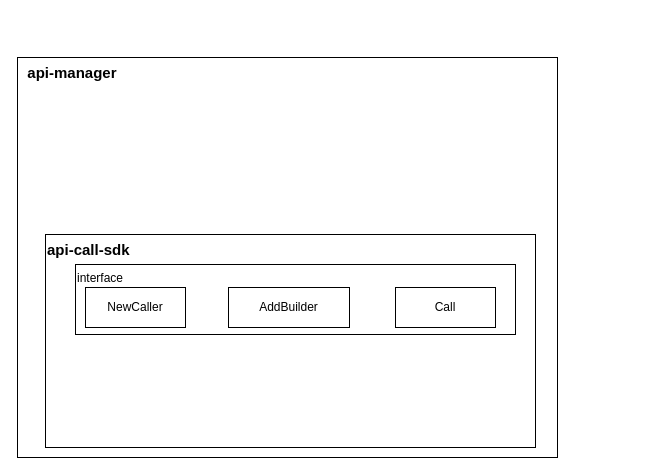
Before: page "api manager" (3 of 3) of api design.drawio in rogers-li/MyDoc, a draw.io diagram. Source tidied: cells renumbered, new cells numbered last; positions are measured from the earlier drawing's top-left corner, leaving out a move shared by most shapes. Both pictures are drawn from the tidied source at 100%, with x=0, y=0 at pixel (17, 57).
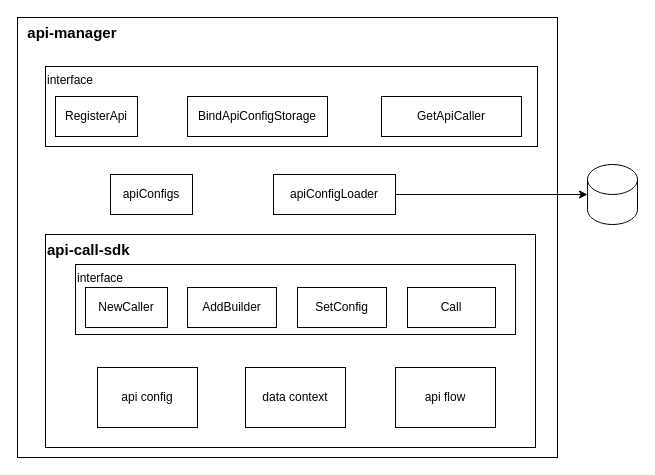
Above is the later version.

Diff of the diagram source:
```diff
@@
 <mxGraphModel>
   <root>
     <mxCell id="0" />
     <mxCell id="1" parent="0" />
     <mxCell id="2" value="&lt;b&gt;&lt;font style=&quot;font-size: 15px;&quot;&gt;&amp;nbsp; api-manager&lt;/font&gt;&lt;/b&gt;" style="rounded=0;whiteSpace=wrap;html=1;align=left;verticalAlign=top;" parent="1" vertex="1">
-      <mxGeometry width="540" height="400" as="geometry" />
+      <mxGeometry y="-40" width="540" height="440" as="geometry" />
     </mxCell>
     <mxCell id="3" value="api-call-sdk" style="rounded=0;whiteSpace=wrap;html=1;fontStyle=1;verticalAlign=top;align=left;fontSize=15;" parent="1" vertex="1">
       <mxGeometry x="28" y="177" width="490" height="213" as="geometry" />
     </mxCell>
     <mxCell id="4" value="interface" style="rounded=0;whiteSpace=wrap;html=1;verticalAlign=top;align=left;" parent="1" vertex="1">
       <mxGeometry x="58" y="207" width="440" height="70" as="geometry" />
     </mxCell>
     <mxCell id="5" value="AddBuilder" style="rounded=0;whiteSpace=wrap;html=1;" parent="1" vertex="1">
-      <mxGeometry x="211" y="230" width="121" height="40" as="geometry" />
+      <mxGeometry x="170" y="230" width="89" height="40" as="geometry" />
     </mxCell>
     <mxCell id="6" value="Call" style="rounded=0;whiteSpace=wrap;html=1;" parent="1" vertex="1">
-      <mxGeometry x="378" y="230" width="100" height="40" as="geometry" />
+      <mxGeometry x="390" y="230" width="88" height="40" as="geometry" />
     </mxCell>
     <mxCell id="7" value="NewCaller" style="rounded=0;whiteSpace=wrap;html=1;" parent="1" vertex="1">
-      <mxGeometry x="68" y="230" width="100" height="40" as="geometry" />
+      <mxGeometry x="68" y="230" width="82" height="40" as="geometry" />
     </mxCell>
+    <mxCell id="8" value="SetConfig" style="rounded=0;whiteSpace=wrap;html=1;" parent="1" vertex="1">
+      <mxGeometry x="280" y="230" width="89" height="40" as="geometry" />
+    </mxCell>
+    <mxCell id="9" value="api config" style="rounded=0;whiteSpace=wrap;html=1;" parent="1" vertex="1">
+      <mxGeometry x="80" y="310" width="100" height="60" as="geometry" />
+    </mxCell>
+    <mxCell id="10" value="data context" style="rounded=0;whiteSpace=wrap;html=1;" parent="1" vertex="1">
+      <mxGeometry x="228" y="310" width="100" height="60" as="geometry" />
+    </mxCell>
+    <mxCell id="11" value="api flow" style="rounded=0;whiteSpace=wrap;html=1;" parent="1" vertex="1">
+      <mxGeometry x="378" y="310" width="100" height="60" as="geometry" />
+    </mxCell>
+    <mxCell id="12" value="interface" style="rounded=0;whiteSpace=wrap;html=1;verticalAlign=top;align=left;" parent="1" vertex="1">
+      <mxGeometry x="28" y="9" width="492" height="80" as="geometry" />
+    </mxCell>
+    <mxCell id="13" value="BindApiConfigStorage" style="rounded=0;whiteSpace=wrap;html=1;" parent="1" vertex="1">
+      <mxGeometry x="170" y="39" width="140" height="40" as="geometry" />
+    </mxCell>
+    <mxCell id="14" value="GetApiCaller" style="rounded=0;whiteSpace=wrap;html=1;" parent="1" vertex="1">
+      <mxGeometry x="364" y="39" width="140" height="40" as="geometry" />
+    </mxCell>
+    <mxCell id="15" value="RegisterApi" style="rounded=0;whiteSpace=wrap;html=1;" parent="1" vertex="1">
+      <mxGeometry x="38" y="39" width="82" height="40" as="geometry" />
+    </mxCell>
+    <mxCell id="16" value="apiConfigs" style="rounded=0;whiteSpace=wrap;html=1;" parent="1" vertex="1">
+      <mxGeometry x="93" y="117" width="82" height="40" as="geometry" />
+    </mxCell>
+    <mxCell id="17" value="apiConfigLoader" style="rounded=0;whiteSpace=wrap;html=1;" parent="1" vertex="1">
+      <mxGeometry x="256" y="117" width="122" height="40" as="geometry" />
+    </mxCell>
+    <mxCell id="18" style="shape=cylinder3;whiteSpace=wrap;html=1;boundedLbl=1;backgroundOutline=1;size=15;" parent="1" vertex="1">
+      <mxGeometry x="570" y="107" width="50" height="60" as="geometry" />
+    </mxCell>
+    <mxCell id="19" style="edgeStyle=orthogonalEdgeStyle;rounded=0;jettySize=auto;html=1;entryX=0;entryY=0.5;entryDx=0;entryDy=0;entryPerimeter=0;" parent="1" edge="1" source="17" target="18">
+      <mxGeometry relative="1" as="geometry" />
+    </mxCell>
   </root>
 </mxGraphModel>
```
